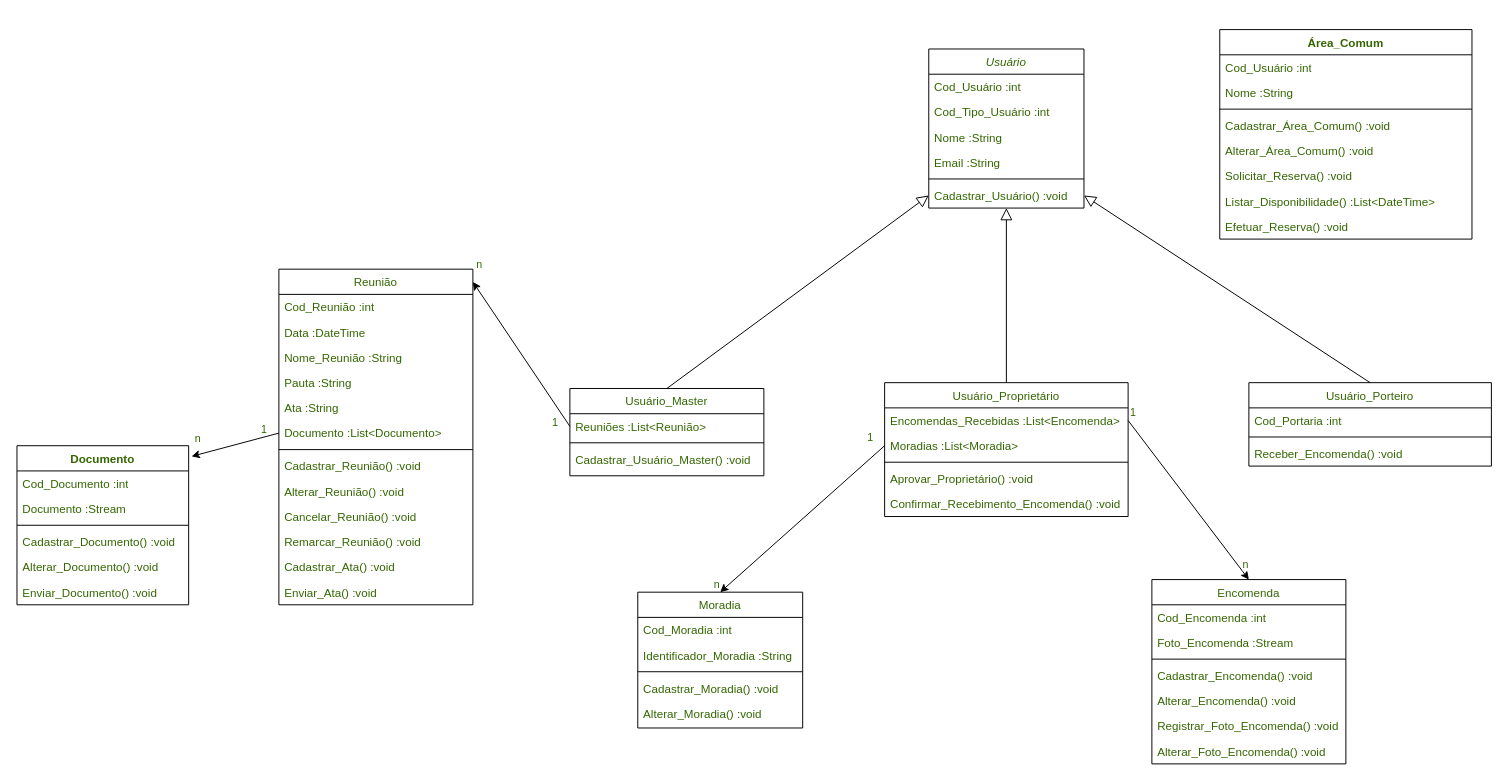
This is page "Diagrama de Classes" (1 of 3) of Diagrama sem nome.drawio from ICEI-PUC-Minas-PMV-ADS/pmv-ads-2023-1-e2-proj-int-t3-pmv-ads-2023-1-e3-proj-int-t3-time3-ci, a draw.io file, before an edit. Source tidied: cells renumbered, new cells numbered last; positions are measured from the earlier drawing's top-left corner, leaving out a move shared by most shapes. Both pictures are drawn from the tidied source at 97%, with x=0, y=0 at pixel (16, 29).
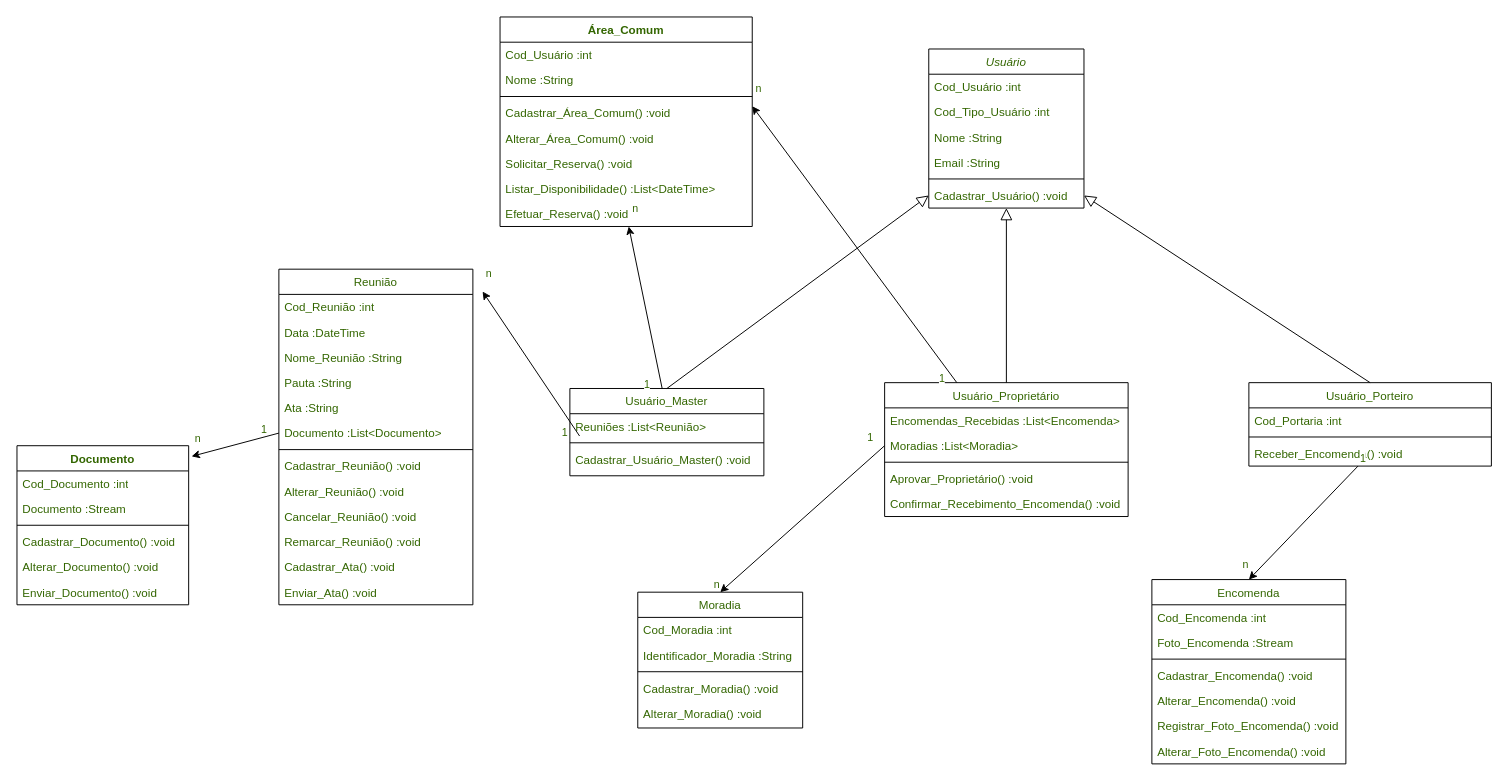
After the change.

Unchanged cells that the change refers to:
```xml
<mxCell id="9" value="Usuário_Master" style="swimlane;fontStyle=0;align=center;verticalAlign=top;horizontal=1;startSize=26;rounded=0;shadow=0;strokeWidth=1;fontColor=#336600;" parent="1" vertex="1">
  <mxGeometry x="570" y="370" width="200" height="90" as="geometry" />
</mxCell>
<mxCell id="10" value="Reuniões :List&lt;Reunião&gt;" style="text;align=left;verticalAlign=top;spacingLeft=4;spacingRight=4;overflow=hidden;points=[[0,0.5],[1,0.5]];portConstraint=eastwest;fontColor=#336600;" parent="9" vertex="1">
  <mxGeometry y="26" width="200" height="26" as="geometry" />
</mxCell>
<mxCell id="22" value="Usuário_Proprietário" style="swimlane;fontStyle=0;align=center;verticalAlign=top;horizontal=1;startSize=26;rounded=0;shadow=0;strokeWidth=1;fontColor=#336600;" parent="1" vertex="1">
  <mxGeometry x="894.5" y="364" width="251" height="138" as="geometry" />
</mxCell>
<mxCell id="23" value="Encomendas_Recebidas :List&lt;Encomenda&gt;" style="text;align=left;verticalAlign=top;spacingLeft=4;spacingRight=4;overflow=hidden;points=[[0,0.5],[1,0.5]];portConstraint=eastwest;fontColor=#336600;" parent="22" vertex="1">
  <mxGeometry y="26" width="251" height="26" as="geometry" />
</mxCell>
<mxCell id="28" value="Reunião" style="swimlane;fontStyle=0;align=center;verticalAlign=top;horizontal=1;startSize=26;rounded=0;shadow=0;strokeWidth=1;fontColor=#336600;" parent="1" vertex="1">
  <mxGeometry x="270" y="247" width="200" height="346" as="geometry" />
</mxCell>
<mxCell id="45" value="Receber_Encomenda() :void" style="text;align=left;verticalAlign=top;spacingLeft=4;spacingRight=4;overflow=hidden;points=[[0,0.5],[1,0.5]];portConstraint=eastwest;fontStyle=0;fontColor=#336600;" parent="42" vertex="1">
  <mxGeometry y="60" width="250" height="26" as="geometry" />
</mxCell>
<mxCell id="49" value="Encomenda" style="swimlane;fontStyle=0;align=center;verticalAlign=top;horizontal=1;startSize=26;rounded=0;shadow=0;strokeWidth=1;fontColor=#336600;" parent="1" vertex="1">
  <mxGeometry x="1170" y="567" width="200" height="190" as="geometry" />
</mxCell>
<mxCell id="68" value="Efetuar_Reserva() :void" style="text;strokeColor=none;fillColor=none;align=left;verticalAlign=top;spacingLeft=4;spacingRight=4;overflow=hidden;points=[[0,0.5],[1,0.5]];portConstraint=eastwest;whiteSpace=wrap;html=1;fontColor=#336600;" parent="60" vertex="1">
  <mxGeometry y="190" width="260" height="26" as="geometry" />
</mxCell>
```

Change to the diagram source:
```diff
@@
-    <mxCell id="57" style="endArrow=classic;html=1;rounded=0;entryX=0.5;entryY=0;entryDx=0;entryDy=0;exitX=1;exitY=0.5;exitDx=0;exitDy=0;fontColor=#336600;" parent="1" edge="1" source="23" target="49">
+    <mxCell id="57" style="endArrow=classic;html=1;rounded=0;entryX=0.5;entryY=0;entryDx=0;entryDy=0;fontColor=#336600;" parent="1" edge="1" source="45" target="49">
       <mxGeometry relative="1" as="geometry" />
     </mxCell>
@@
     <mxCell id="60" value="Área_Comum" style="swimlane;fontStyle=1;align=center;verticalAlign=top;horizontal=1;startSize=26;whiteSpace=wrap;html=1;fontColor=#336600;" parent="1" vertex="1">
-      <mxGeometry x="1240" width="260" height="216" as="geometry" />
+      <mxGeometry x="498" y="-13" width="260" height="216" as="geometry" />
     </mxCell>
@@
-    <mxCell id="79" style="endArrow=classic;html=1;rounded=0;exitX=0;exitY=0.5;exitDx=0;exitDy=0;entryX=1;entryY=0.038;entryDx=0;entryDy=0;entryPerimeter=0;fontColor=#336600;" parent="1" edge="1" source="10" target="28">
+    <mxCell id="79" style="endArrow=classic;html=1;rounded=0;fontColor=#336600;exitX=0.476;exitY=0.004;exitDx=0;exitDy=0;exitPerimeter=0;" parent="1" edge="1" source="9" target="68">
       <mxGeometry relative="1" as="geometry" />
     </mxCell>
@@
+    <mxCell id="82" style="endArrow=classic;html=1;rounded=0;exitX=0;exitY=0.5;exitDx=0;exitDy=0;entryX=1;entryY=0.038;entryDx=0;entryDy=0;entryPerimeter=0;fontColor=#336600;" parent="1" edge="1">
+      <mxGeometry relative="1" as="geometry">
+        <mxPoint x="580" y="419" as="sourcePoint" />
+        <mxPoint x="480" y="270" as="targetPoint" />
+      </mxGeometry>
+    </mxCell>
+    <mxCell id="83" value="1" style="edgeLabel;html=1;align=left;verticalAlign=bottom;fontColor=#336600;" parent="82" vertex="1">
+      <mxGeometry x="-1" relative="1" as="geometry">
+        <mxPoint x="-20" y="4" as="offset" />
+      </mxGeometry>
+    </mxCell>
+    <mxCell id="84" value="n" style="edgeLabel;html=1;align=right;verticalAlign=bottom;fontColor=#336600;" parent="82" vertex="1">
+      <mxGeometry x="1" relative="1" as="geometry">
+        <mxPoint x="10" y="-10" as="offset" />
+      </mxGeometry>
+    </mxCell>
+    <mxCell id="85" style="endArrow=classic;html=1;rounded=0;fontColor=#336600;" parent="1" edge="1" source="22">
+      <mxGeometry relative="1" as="geometry">
+        <mxPoint x="758" y="79" as="targetPoint" />
+      </mxGeometry>
+    </mxCell>
+    <mxCell id="86" value="1" style="edgeLabel;html=1;align=left;verticalAlign=bottom;fontColor=#336600;" parent="85" vertex="1">
+      <mxGeometry x="-1" relative="1" as="geometry">
+        <mxPoint x="-20" y="4" as="offset" />
+      </mxGeometry>
+    </mxCell>
+    <mxCell id="87" value="n" style="edgeLabel;html=1;align=right;verticalAlign=bottom;fontColor=#336600;" parent="85" vertex="1">
+      <mxGeometry x="1" relative="1" as="geometry">
+        <mxPoint x="10" y="-10" as="offset" />
+      </mxGeometry>
+    </mxCell>
```
